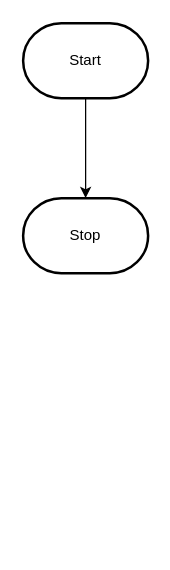
This is design/flowchart.drawio from MTHS-ICS2O-2-2022/ICS2O-Assignment-06-Mariam-Kasim, a draw.io file, before an edit. Source tidied: cells renumbered, new cells numbered last; positions are measured from the earlier drawing's top-left corner, leaving out a move shared by most shapes. Both pictures are drawn from the tidied source at 125%, with x=0, y=0 at pixel (22, 22).
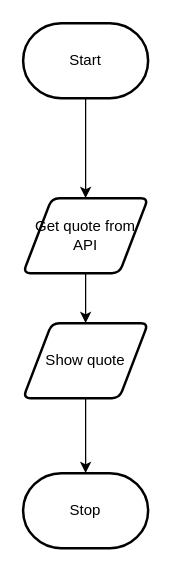
After the change.

What changed in the source:
```diff
@@
 <mxGraphModel>
   <root>
     <mxCell id="0" />
     <mxCell id="1" parent="0" />
-    <mxCell id="2" style="edgeStyle=orthogonalEdgeStyle;html=1;rounded=0;" parent="1" edge="1" source="3" target="4">
-      <mxGeometry relative="1" as="geometry" />
+    <mxCell id="2" style="edgeStyle=orthogonalEdgeStyle;html=1;rounded=0;" parent="1" edge="1" source="3">
+      <mxGeometry relative="1" as="geometry">
+        <mxPoint x="50" y="140" as="targetPoint" />
+      </mxGeometry>
     </mxCell>
     <mxCell id="3" value="Start" style="strokeWidth=2;html=1;shape=mxgraph.flowchart.terminator;whiteSpace=wrap;" parent="1" vertex="1">
       <mxGeometry width="100" height="60" as="geometry" />
     </mxCell>
+    <mxCell id="5" style="edgeStyle=none;html=1;" parent="1" edge="1" source="6" target="8">
+      <mxGeometry relative="1" as="geometry" />
+    </mxCell>
+    <mxCell id="6" value="Get quote from API" style="shape=parallelogram;html=1;strokeWidth=2;perimeter=parallelogramPerimeter;whiteSpace=wrap;rounded=1;arcSize=12;size=0.23;" parent="1" vertex="1">
+      <mxGeometry y="140" width="100" height="60" as="geometry" />
+    </mxCell>
+    <mxCell id="7" style="edgeStyle=none;html=1;entryX=0.5;entryY=0;entryDx=0;entryDy=0;entryPerimeter=0;" parent="1" edge="1" source="8" target="4">
+      <mxGeometry relative="1" as="geometry" />
+    </mxCell>
+    <mxCell id="8" value="Show quote" style="shape=parallelogram;html=1;strokeWidth=2;perimeter=parallelogramPerimeter;whiteSpace=wrap;rounded=1;arcSize=12;size=0.23;" parent="1" vertex="1">
+      <mxGeometry y="240" width="100" height="60" as="geometry" />
+    </mxCell>
     <mxCell id="4" value="Stop" style="strokeWidth=2;html=1;shape=mxgraph.flowchart.terminator;whiteSpace=wrap;" parent="1" vertex="1">
-      <mxGeometry y="140" width="100" height="60" as="geometry" />
+      <mxGeometry y="360" width="100" height="60" as="geometry" />
     </mxCell>
   </root>
 </mxGraphModel>
```
